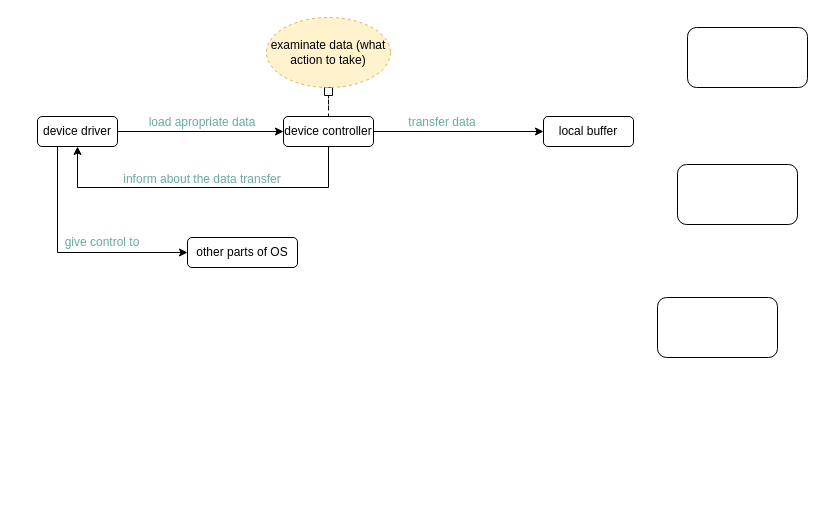
Earlier version of the draw.io diagram page "Page-3" (3 of 4) of Untitled Diagram.drawio (ITasobi/Learning-about-CS). Source tidied: cells renumbered, new cells numbered last; positions are measured from the earlier drawing's top-left corner, leaving out a move shared by most shapes. Both pictures are drawn from the tidied source at 100%, with x=0, y=0 at pixel (37, 17).
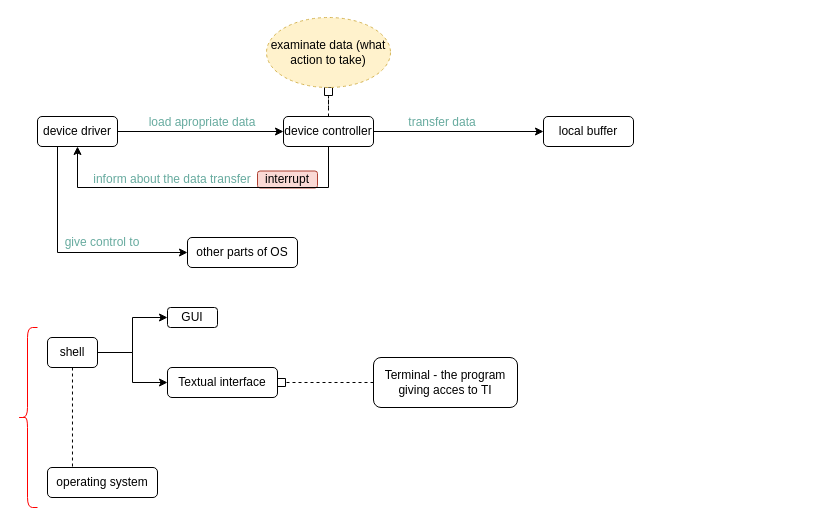
After the change.

Diff of the diagram source:
```diff
@@
+    <mxCell id="19" style="edgeStyle=orthogonalEdgeStyle;rounded=0;jettySize=auto;html=1;entryX=0;entryY=0.5;entryDx=0;entryDy=0;fontColor=#000000;endArrow=classic;endFill=1;" parent="1" edge="1" source="2" target="25">
+      <mxGeometry relative="1" as="geometry" />
+    </mxCell>
+    <mxCell id="20" style="edgeStyle=orthogonalEdgeStyle;rounded=0;jettySize=auto;html=1;entryX=0;entryY=0.5;entryDx=0;entryDy=0;fontColor=#000000;endArrow=classic;endFill=1;" parent="1" edge="1" source="2" target="24">
+      <mxGeometry relative="1" as="geometry" />
+    </mxCell>
+    <mxCell id="21" style="edgeStyle=orthogonalEdgeStyle;rounded=0;jettySize=auto;html=1;entryX=0.227;entryY=0.333;entryDx=0;entryDy=0;entryPerimeter=0;dashed=1;fontColor=#000000;endArrow=box;endFill=0;" parent="1" edge="1" source="2" target="3">
+      <mxGeometry relative="1" as="geometry" />
+    </mxCell>
-    <mxCell id="2" style="rounded=1;whiteSpace=wrap;html=1;" parent="1" vertex="1">
-      <mxGeometry x="650" y="10" width="120" height="60" as="geometry" />
+    <mxCell id="2" value="shell" style="rounded=1;whiteSpace=wrap;html=1;" parent="1" vertex="1">
+      <mxGeometry x="10" y="320" width="50" height="30" as="geometry" />
     </mxCell>
-    <mxCell id="3" style="rounded=1;whiteSpace=wrap;html=1;" parent="1" vertex="1">
-      <mxGeometry x="620" y="280" width="120" height="60" as="geometry" />
+    <mxCell id="3" value="operating system" style="rounded=1;whiteSpace=wrap;html=1;" parent="1" vertex="1">
+      <mxGeometry x="10" y="450" width="110" height="30" as="geometry" />
     </mxCell>
-    <mxCell id="4" style="rounded=1;whiteSpace=wrap;html=1;" parent="1" vertex="1">
-      <mxGeometry x="640" y="147" width="120" height="60" as="geometry" />
+    <mxCell id="4" value="interrupt" style="rounded=1;whiteSpace=wrap;html=1;fillColor=#fad9d5;strokeColor=#ae4132;" parent="1" vertex="1">
+      <mxGeometry x="220" y="153.5" width="60" height="17" as="geometry" />
     </mxCell>
@@
     <mxCell id="16" value="inform about the data transfer" style="text;html=1;strokeColor=none;fillColor=none;align=center;verticalAlign=middle;whiteSpace=wrap;rounded=0;dashed=1;fontColor=#67AB9F;" parent="1" vertex="1">
-      <mxGeometry x="80" y="147" width="170" height="30" as="geometry" />
+      <mxGeometry x="50" y="147" width="170" height="30" as="geometry" />
     </mxCell>
@@
+    <mxCell id="22" style="edgeStyle=orthogonalEdgeStyle;rounded=0;jettySize=auto;html=1;entryX=1;entryY=0.5;entryDx=0;entryDy=0;fontColor=#000000;endArrow=box;endFill=0;dashed=1;" parent="1" edge="1" source="23" target="24">
+      <mxGeometry relative="1" as="geometry" />
+    </mxCell>
+    <mxCell id="23" value="Terminal - the program giving acces to TI" style="rounded=1;whiteSpace=wrap;html=1;" parent="1" vertex="1">
+      <mxGeometry x="336" y="340" width="144" height="50" as="geometry" />
+    </mxCell>
+    <mxCell id="24" value="Textual interface" style="rounded=1;whiteSpace=wrap;html=1;" parent="1" vertex="1">
+      <mxGeometry x="130" y="350" width="110" height="30" as="geometry" />
+    </mxCell>
+    <mxCell id="25" value="GUI" style="rounded=1;whiteSpace=wrap;html=1;" parent="1" vertex="1">
+      <mxGeometry x="130" y="290" width="50" height="20" as="geometry" />
+    </mxCell>
+    <mxCell id="26" style="shape=curlyBracket;whiteSpace=wrap;html=1;rounded=1;fontColor=#000000;strokeColor=#FF0000;" parent="1" vertex="1">
+      <mxGeometry x="-20" y="310" width="20" height="180" as="geometry" />
+    </mxCell>
```
